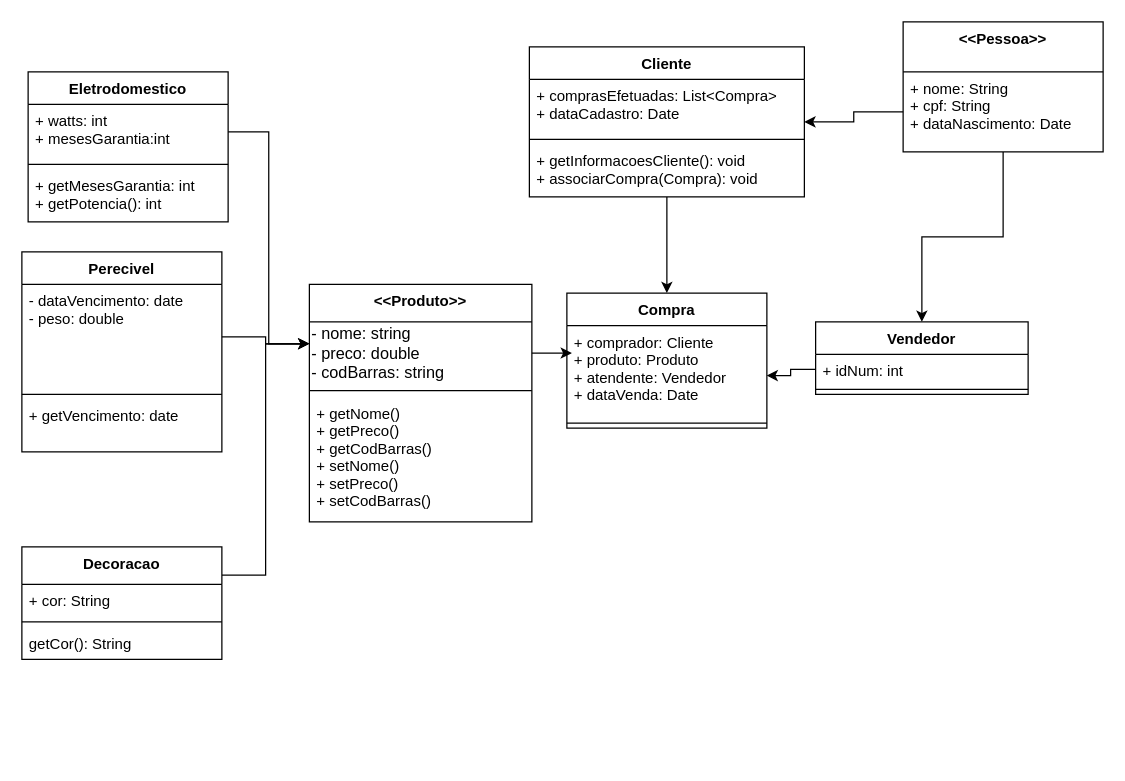
Above: ProjetoLP2.drawio in jovi-j/projeto-lp2 (draw.io), before the change. Source tidied: cells renumbered, new cells numbered last; positions are measured from the earlier drawing's top-left corner, leaving out a move shared by most shapes. Both pictures are drawn from the tidied source at 125%, with x=0, y=0 at pixel (21, 21).
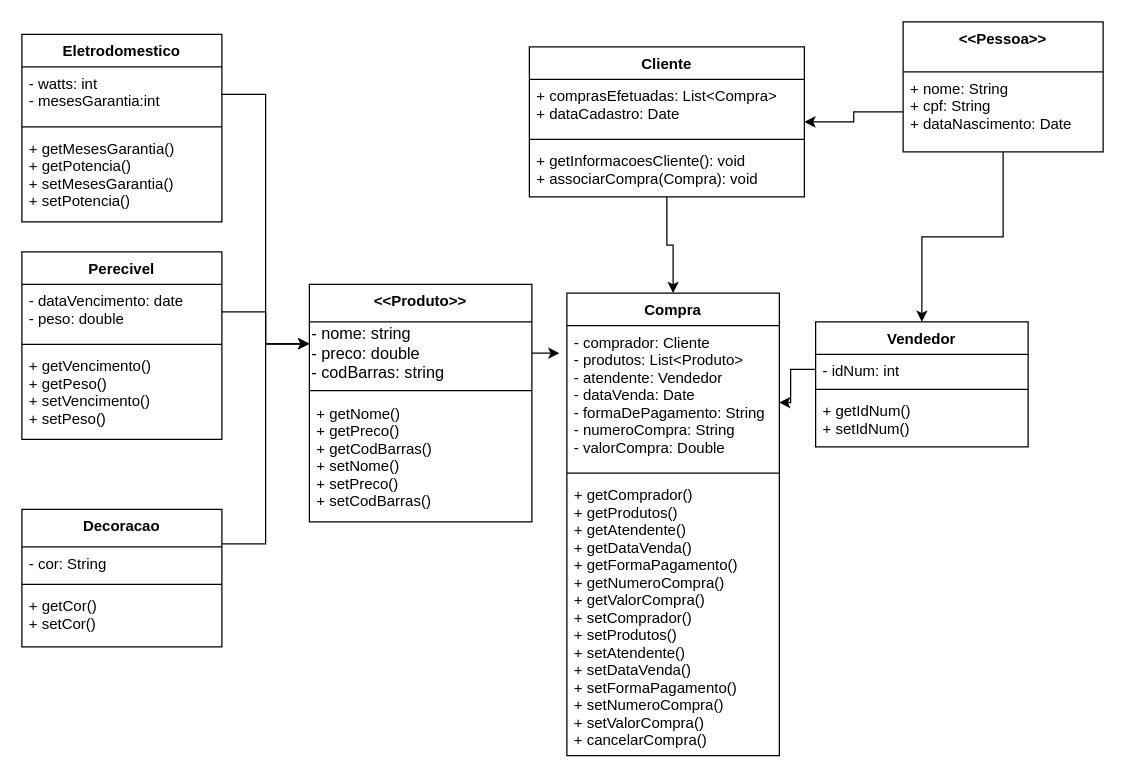
After the change.

Unchanged cells that the change refers to:
```xml
<mxCell id="3" value="- nome: string&lt;br&gt;- preco: double&lt;br&gt;- codBarras: string" style="text;html=1;strokeColor=none;fillColor=none;align=left;verticalAlign=middle;whiteSpace=wrap;rounded=0;fontSize=13;" parent="2" vertex="1">
  <mxGeometry y="30" width="178" height="50" as="geometry" />
</mxCell>
```

What changed in the source:
```diff
@@
     <mxCell id="9" value="Decoracao" style="swimlane;fontStyle=1;align=center;verticalAlign=top;horizontal=1;startSize=30;" parent="1" vertex="1">
-      <mxGeometry y="420" width="160" height="90" as="geometry" />
+      <mxGeometry y="390" width="160" height="110" as="geometry" />
     </mxCell>
-    <mxCell id="10" value="+ cor: String" style="text;strokeColor=none;fillColor=none;align=left;verticalAlign=top;spacingLeft=4;spacingRight=4;overflow=hidden;" parent="9" vertex="1">
+    <mxCell id="10" value="- cor: String" style="text;strokeColor=none;fillColor=none;align=left;verticalAlign=top;spacingLeft=4;spacingRight=4;overflow=hidden;" parent="9" vertex="1">
       <mxGeometry y="30" width="160" height="26" as="geometry" />
     </mxCell>
@@
-    <mxCell id="12" value="getCor(): String" style="text;strokeColor=none;fillColor=none;align=left;verticalAlign=top;spacingLeft=4;spacingRight=4;overflow=hidden;" parent="9" vertex="1">
-      <mxGeometry y="64" width="160" height="26" as="geometry" />
+    <mxCell id="12" value="+ getCor()&#10;+ setCor()" style="text;strokeColor=none;fillColor=none;align=left;verticalAlign=top;spacingLeft=4;spacingRight=4;overflow=hidden;" parent="9" vertex="1">
+      <mxGeometry y="64" width="160" height="46" as="geometry" />
     </mxCell>
@@
     <mxCell id="18" value="Compra" style="swimlane;fontStyle=1;align=center;verticalAlign=top;horizontal=1;startSize=26;" parent="1" vertex="1">
-      <mxGeometry x="436" y="217" width="160" height="108" as="geometry" />
+      <mxGeometry x="436" y="217" width="170" height="370" as="geometry" />
     </mxCell>
-    <mxCell id="19" value="+ comprador: Cliente&#10;+ produto: Produto&#10;+ atendente: Vendedor&#10;+ dataVenda: Date&#10;&#10;&#10;&#10;&#10;" style="text;strokeColor=none;fillColor=none;align=left;verticalAlign=top;spacingLeft=4;spacingRight=4;overflow=hidden;points=[[0,0.5],[1,0.5]];portConstraint=eastwest;" parent="18" vertex="1">
-      <mxGeometry y="26" width="160" height="74" as="geometry" />
+    <mxCell id="19" value="- comprador: Cliente&#10;- produtos: List&lt;Produto&gt;&#10;- atendente: Vendedor&#10;- dataVenda: Date&#10;- formaDePagamento: String&#10;- numeroCompra: String&#10;- valorCompra: Double&#10;&#10;&#10;&#10;&#10;" style="text;strokeColor=none;fillColor=none;align=left;verticalAlign=top;spacingLeft=4;spacingRight=4;overflow=hidden;points=[[0,0.5],[1,0.5]];portConstraint=eastwest;" parent="18" vertex="1">
+      <mxGeometry y="26" width="170" height="114" as="geometry" />
     </mxCell>
     <mxCell id="20" style="line;strokeWidth=1;fillColor=none;align=left;verticalAlign=middle;spacingTop=-1;spacingLeft=3;spacingRight=3;labelPosition=right;strokeColor=inherit;" parent="18" vertex="1">
-      <mxGeometry y="100" width="160" height="8" as="geometry" />
+      <mxGeometry y="140" width="170" height="8" as="geometry" />
     </mxCell>
+    <mxCell id="38" value="+ getComprador()&#10;+ getProdutos()&#10;+ getAtendente()&#10;+ getDataVenda()&#10;+ getFormaPagamento()&#10;+ getNumeroCompra()&#10;+ getValorCompra()&#10;+ setComprador()&#10;+ setProdutos()&#10;+ setAtendente()&#10;+ setDataVenda()&#10;+ setFormaPagamento()&#10;+ setNumeroCompra()&#10;+ setValorCompra()&#10;+ cancelarCompra()&#10;&#10;&#10;" style="text;strokeColor=none;fillColor=none;align=left;verticalAlign=top;spacingLeft=4;spacingRight=4;overflow=hidden;" parent="18" vertex="1">
+      <mxGeometry y="148" width="170" height="222" as="geometry" />
+    </mxCell>
     <mxCell id="21" value="Eletrodomestico&#10;&#10;&#10;" style="swimlane;fontStyle=1;align=center;verticalAlign=top;horizontal=1;startSize=26;" parent="1" vertex="1">
-      <mxGeometry x="5" y="40" width="160" height="120" as="geometry" />
+      <mxGeometry y="10" width="160" height="150" as="geometry" />
     </mxCell>
-    <mxCell id="22" value="+ watts: int&#10;+ mesesGarantia:int&#10;" style="text;strokeColor=none;fillColor=none;align=left;verticalAlign=top;spacingLeft=4;spacingRight=4;overflow=hidden;points=[[0,0.5],[1,0.5]];portConstraint=eastwest;" parent="21" vertex="1">
+    <mxCell id="22" value="- watts: int&#10;- mesesGarantia:int&#10;" style="text;strokeColor=none;fillColor=none;align=left;verticalAlign=top;spacingLeft=4;spacingRight=4;overflow=hidden;points=[[0,0.5],[1,0.5]];portConstraint=eastwest;" parent="21" vertex="1">
       <mxGeometry y="26" width="160" height="44" as="geometry" />
     </mxCell>
@@
-    <mxCell id="24" value="+ getMesesGarantia: int&#10;+ getPotencia(): int&#10;" style="text;strokeColor=none;fillColor=none;align=left;verticalAlign=top;spacingLeft=4;spacingRight=4;overflow=hidden;" parent="21" vertex="1">
-      <mxGeometry y="78" width="160" height="42" as="geometry" />
+    <mxCell id="24" value="+ getMesesGarantia()&#10;+ getPotencia()&#10;+ setMesesGarantia()&#10;+ setPotencia()" style="text;strokeColor=none;fillColor=none;align=left;verticalAlign=top;spacingLeft=4;spacingRight=4;overflow=hidden;" parent="21" vertex="1">
+      <mxGeometry y="78" width="160" height="72" as="geometry" />
     </mxCell>
     <mxCell id="25" value="Perecivel" style="swimlane;fontStyle=1;align=center;verticalAlign=top;horizontal=1;startSize=26;" parent="1" vertex="1">
-      <mxGeometry y="184" width="160" height="160" as="geometry" />
+      <mxGeometry y="184" width="160" height="150" as="geometry" />
     </mxCell>
     <mxCell id="26" value="- dataVencimento: date&#10;- peso: double&#10;" style="text;strokeColor=none;fillColor=none;align=left;verticalAlign=top;spacingLeft=4;spacingRight=4;overflow=hidden;points=[[0,0.5],[1,0.5]];portConstraint=eastwest;" parent="25" vertex="1">
-      <mxGeometry y="26" width="160" height="84" as="geometry" />
+      <mxGeometry y="26" width="160" height="44" as="geometry" />
     </mxCell>
     <mxCell id="27" style="line;strokeWidth=1;fillColor=none;align=left;verticalAlign=middle;spacingTop=-1;spacingLeft=3;spacingRight=3;labelPosition=right;strokeColor=inherit;" parent="25" vertex="1">
-      <mxGeometry y="110" width="160" height="8" as="geometry" />
+      <mxGeometry y="70" width="160" height="8" as="geometry" />
     </mxCell>
-    <mxCell id="28" value="+ getVencimento: date" style="text;strokeColor=none;fillColor=none;align=left;verticalAlign=top;spacingLeft=4;spacingRight=4;overflow=hidden;" parent="25" vertex="1">
-      <mxGeometry y="118" width="160" height="42" as="geometry" />
+    <mxCell id="28" value="+ getVencimento()&#10;+ getPeso()&#10;+ setVencimento()&#10;+ setPeso()&#10;&#10;" style="text;strokeColor=none;fillColor=none;align=left;verticalAlign=top;spacingLeft=4;spacingRight=4;overflow=hidden;" parent="25" vertex="1">
+      <mxGeometry y="78" width="160" height="72" as="geometry" />
     </mxCell>
@@
     <mxCell id="32" value="Vendedor&#10;" style="swimlane;fontStyle=1;align=center;verticalAlign=top;horizontal=1;startSize=26;" parent="1" vertex="1">
-      <mxGeometry x="635" y="240" width="170" height="58" as="geometry" />
+      <mxGeometry x="635" y="240" width="170" height="100" as="geometry" />
     </mxCell>
-    <mxCell id="33" value="+ idNum: int&#10;" style="text;strokeColor=none;fillColor=none;align=left;verticalAlign=top;spacingLeft=4;spacingRight=4;overflow=hidden;points=[[0,0.5],[1,0.5]];portConstraint=eastwest;" parent="32" vertex="1">
+    <mxCell id="33" value="- idNum: int&#10;" style="text;strokeColor=none;fillColor=none;align=left;verticalAlign=top;spacingLeft=4;spacingRight=4;overflow=hidden;points=[[0,0.5],[1,0.5]];portConstraint=eastwest;" parent="32" vertex="1">
       <mxGeometry y="26" width="170" height="24" as="geometry" />
     </mxCell>
@@
+    <mxCell id="39" value="+ getIdNum()&#10;+ setIdNum()" style="text;strokeColor=none;fillColor=none;align=left;verticalAlign=top;spacingLeft=4;spacingRight=4;overflow=hidden;" parent="32" vertex="1">
+      <mxGeometry y="58" width="170" height="42" as="geometry" />
+    </mxCell>
@@
-    <mxCell id="37" style="endArrow=classic;html=1;rounded=0;fontSize=13;exitX=1;exitY=0.5;exitDx=0;exitDy=0;entryX=0.025;entryY=0.297;entryDx=0;entryDy=0;entryPerimeter=0;" parent="1" edge="1" source="3" target="19">
-      <mxGeometry relative="1" as="geometry" />
+    <mxCell id="37" style="endArrow=classic;html=1;rounded=0;fontSize=13;exitX=1;exitY=0.5;exitDx=0;exitDy=0;" parent="1" edge="1" source="3">
+      <mxGeometry relative="1" as="geometry">
+        <mxPoint x="430" y="265" as="targetPoint" />
+      </mxGeometry>
     </mxCell>
```
